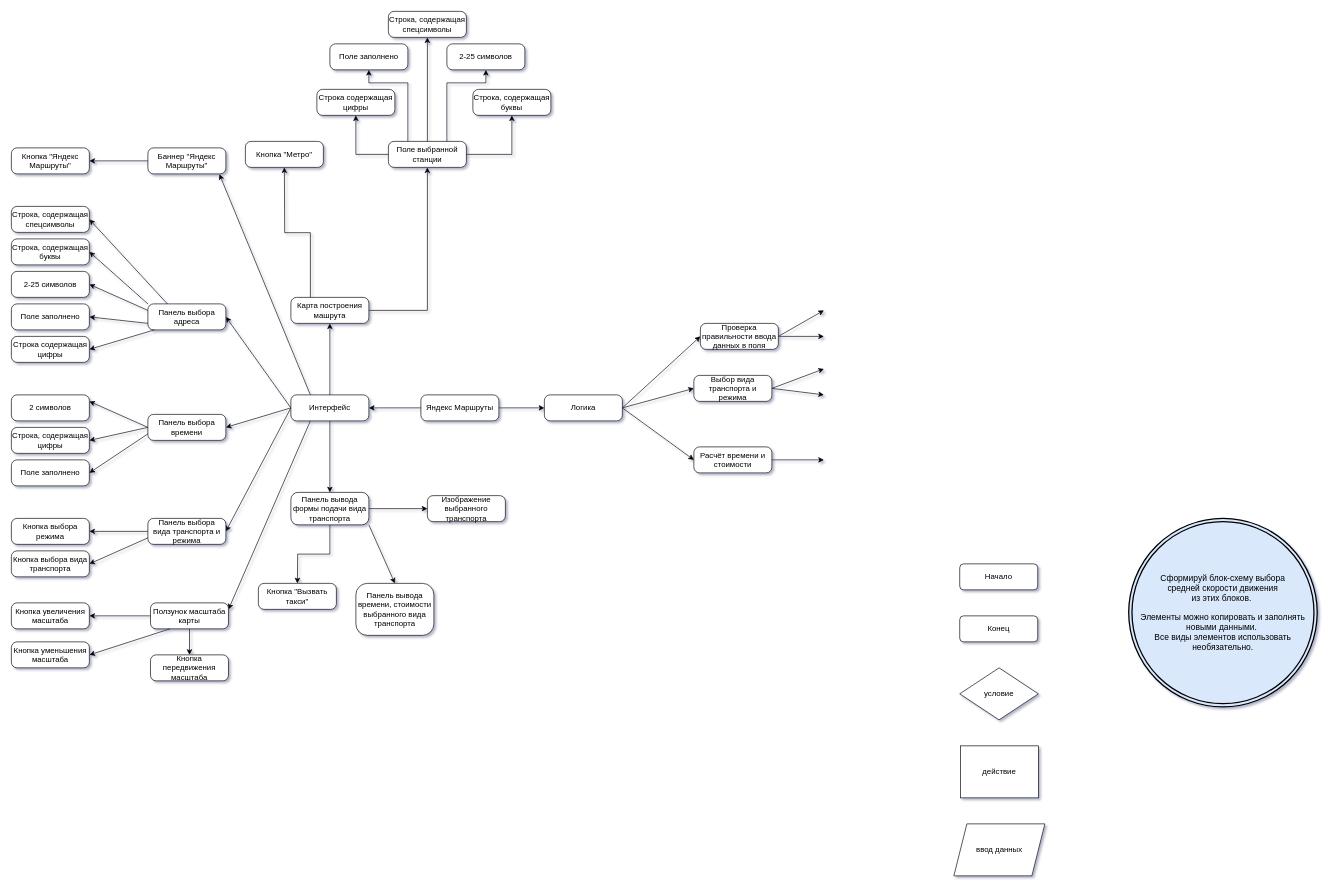
Earlier version of the draw.io diagram Диаграмма без названия.drawio (VillyVonka537/iograf). Source tidied: cells renumbered, new cells numbered last; positions are measured from the earlier drawing's top-left corner, leaving out a move shared by most shapes. Both pictures are drawn from the tidied source at 65%, with x=0, y=0 at pixel (11, 11).
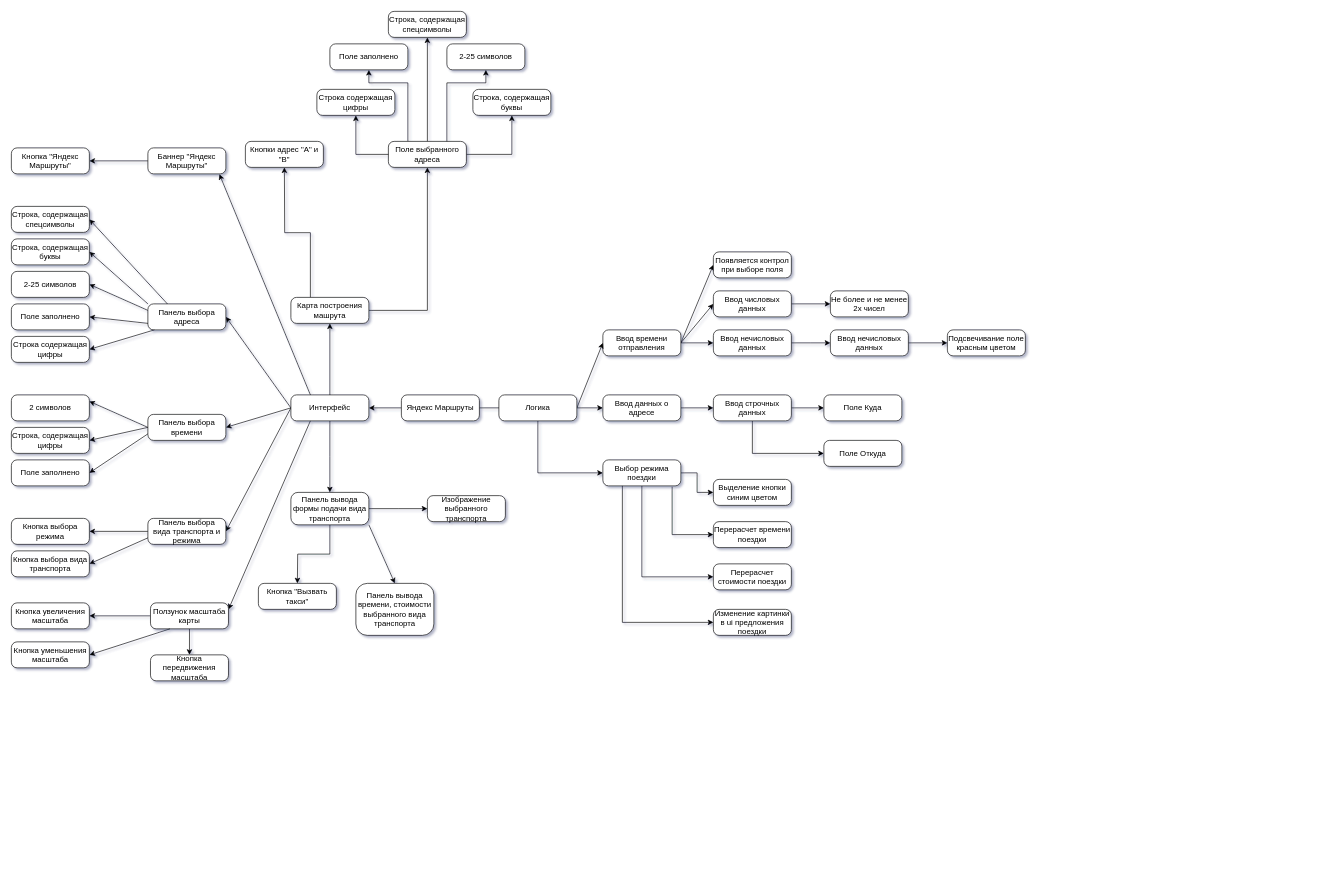
After the change.

Change to the diagram source:
```diff
@@
     <mxCell id="4" value="Яндекс Маршруты" style="rounded=1;whiteSpace=wrap;html=1;arcSize=22;" parent="1" vertex="1">
-      <mxGeometry x="630" y="590" width="120" height="40" as="geometry" />
+      <mxGeometry x="600" y="590" width="120" height="40" as="geometry" />
     </mxCell>
@@
-    <mxCell id="10" style="edgeStyle=none;rounded=0;jettySize=auto;html=1;exitX=1;exitY=0.5;exitDx=0;exitDy=0;" parent="1" edge="1" source="12">
-      <mxGeometry relative="1" as="geometry">
-        <mxPoint x="1250" y="460" as="targetPoint" />
-      </mxGeometry>
-    </mxCell>
-    <mxCell id="11" style="edgeStyle=none;rounded=0;jettySize=auto;html=1;exitX=1;exitY=0.5;exitDx=0;exitDy=0;" parent="1" edge="1" source="12">
-      <mxGeometry relative="1" as="geometry">
-        <mxPoint x="1250" y="500" as="targetPoint" />
-      </mxGeometry>
-    </mxCell>
-    <mxCell id="12" value="Проверка правильности ввода данных в поля" style="rounded=1;whiteSpace=wrap;html=1;arcSize=22;" parent="1" vertex="1">
-      <mxGeometry x="1060" y="480" width="120" height="40" as="geometry" />
-    </mxCell>
-    <mxCell id="13" style="edgeStyle=none;rounded=0;jettySize=auto;html=1;exitX=1;exitY=0.5;exitDx=0;exitDy=0;" parent="1" edge="1" source="15">
-      <mxGeometry relative="1" as="geometry">
-        <mxPoint x="1250" y="590" as="targetPoint" />
-      </mxGeometry>
+    <mxCell id="13" style="edgeStyle=none;rounded=0;jettySize=auto;html=1;exitX=1;exitY=0.5;exitDx=0;exitDy=0;entryX=0;entryY=0.5;entryDx=0;entryDy=0;" parent="1" edge="1" source="15" target="90">
+      <mxGeometry relative="1" as="geometry" />
     </mxCell>
-    <mxCell id="14" style="edgeStyle=none;rounded=0;jettySize=auto;html=1;exitX=1;exitY=0.5;exitDx=0;exitDy=0;" parent="1" edge="1" source="15">
-      <mxGeometry relative="1" as="geometry">
-        <mxPoint x="1250" y="550" as="targetPoint" />
-      </mxGeometry>
+    <mxCell id="14" style="edgeStyle=none;rounded=0;jettySize=auto;html=1;exitX=1;exitY=0.5;exitDx=0;exitDy=0;entryX=0;entryY=0.5;entryDx=0;entryDy=0;" parent="1" edge="1" source="15" target="88">
+      <mxGeometry relative="1" as="geometry" />
     </mxCell>
+    <mxCell id="86" style="edgeStyle=orthogonalEdgeStyle;rounded=0;jettySize=auto;html=1;entryX=0;entryY=0.5;entryDx=0;entryDy=0;" parent="1" edge="1" source="15" target="93">
+      <mxGeometry relative="1" as="geometry" />
+    </mxCell>
-    <mxCell id="15" value="Выбор вида транспорта и режима" style="rounded=1;whiteSpace=wrap;html=1;arcSize=22;" parent="1" vertex="1">
-      <mxGeometry x="1050" y="560" width="120" height="40" as="geometry" />
+    <mxCell id="15" value="Ввод времени отправления" style="rounded=1;whiteSpace=wrap;html=1;arcSize=22;" parent="1" vertex="1">
+      <mxGeometry x="910" y="490" width="120" height="40" as="geometry" />
     </mxCell>
@@
-    <mxCell id="23" style="edgeStyle=none;rounded=0;jettySize=auto;html=1;exitX=1;exitY=0.5;exitDx=0;exitDy=0;entryX=0;entryY=0.5;entryDx=0;entryDy=0;" parent="1" edge="1" source="24" target="12">
-      <mxGeometry relative="1" as="geometry" />
-    </mxCell>
+    <mxCell id="87" style="edgeStyle=orthogonalEdgeStyle;rounded=0;jettySize=auto;html=1;entryX=0;entryY=0.5;entryDx=0;entryDy=0;" parent="1" edge="1" source="24" target="103">
+      <mxGeometry relative="1" as="geometry">
+        <Array as="points">
+          <mxPoint x="810" y="710" />
+        </Array>
+      </mxGeometry>
+    </mxCell>
     <mxCell id="24" value="Логика" style="rounded=1;whiteSpace=wrap;html=1;arcSize=22;" parent="1" vertex="1">
-      <mxGeometry x="820" y="590" width="120" height="40" as="geometry" />
+      <mxGeometry x="750" y="590" width="120" height="40" as="geometry" />
     </mxCell>
     <mxCell id="25" style="edgeStyle=none;rounded=0;jettySize=auto;html=1;exitX=1;exitY=0.5;exitDx=0;exitDy=0;" parent="1" edge="1" source="26">
       <mxGeometry relative="1" as="geometry">
-        <mxPoint x="1250" y="690" as="targetPoint" />
+        <mxPoint x="1080" y="610" as="targetPoint" />
       </mxGeometry>
     </mxCell>
-    <mxCell id="26" value="Расчёт времени и стоимости" style="rounded=1;whiteSpace=wrap;html=1;arcSize=22;" parent="1" vertex="1">
-      <mxGeometry x="1050" y="670" width="120" height="40" as="geometry" />
+    <mxCell id="26" value="Ввод данных о адресе" style="rounded=1;whiteSpace=wrap;html=1;arcSize=22;" parent="1" vertex="1">
+      <mxGeometry x="910" y="590" width="120" height="40" as="geometry" />
     </mxCell>
@@
-    <mxCell id="57" value="Кнопка &quot;Метро&quot;" style="rounded=1;whiteSpace=wrap;html=1;arcSize=22;" parent="1" vertex="1">
+    <mxCell id="57" value="Кнопки адрес &quot;А&quot; и &quot;B&quot;" style="rounded=1;whiteSpace=wrap;html=1;arcSize=22;" parent="1" vertex="1">
       <mxGeometry x="360" y="200" width="120" height="40" as="geometry" />
     </mxCell>
@@
-    <mxCell id="61" value="Поле выбранной станции" style="rounded=1;whiteSpace=wrap;html=1;arcSize=22;" parent="1" vertex="1">
+    <mxCell id="61" value="Поле выбранного адреса" style="rounded=1;whiteSpace=wrap;html=1;arcSize=22;" parent="1" vertex="1">
       <mxGeometry x="580" y="200" width="120" height="40" as="geometry" />
     </mxCell>
@@
-    <mxCell id="73" value="Начало" style="rounded=1;whiteSpace=wrap;html=1;" parent="1" vertex="1">
-      <mxGeometry x="1459" y="850" width="120" height="40" as="geometry" />
-    </mxCell>
-    <mxCell id="74" value="Конец" style="rounded=1;whiteSpace=wrap;html=1;" parent="1" vertex="1">
-      <mxGeometry x="1459" y="930" width="120" height="40" as="geometry" />
-    </mxCell>
-    <mxCell id="75" value="условие" style="rhombus;whiteSpace=wrap;html=1;" parent="1" vertex="1">
-      <mxGeometry x="1459" y="1010" width="121" height="80" as="geometry" />
-    </mxCell>
-    <mxCell id="76" value="действие" style="rounded=0;whiteSpace=wrap;html=1;" parent="1" vertex="1">
-      <mxGeometry x="1460" y="1130" width="120" height="80" as="geometry" />
-    </mxCell>
-    <mxCell id="77" value="ввод данных" style="shape=parallelogram;perimeter=parallelogramPerimeter;whiteSpace=wrap;html=1;fixedSize=1;" parent="1" vertex="1">
-      <mxGeometry x="1450" y="1250" width="140" height="80" as="geometry" />
-    </mxCell>
-    <mxCell id="78" value="&lt;p style=&quot;font-style: normal ; font-weight: normal ; letter-spacing: normal ; text-align: center ; text-indent: 0px ; text-transform: none ; word-spacing: 0px ; text-decoration: none ; margin: 0px ; font-stretch: normal ; line-height: normal ; font-size: 13px&quot;&gt;&lt;font style=&quot;font-size: 13px&quot;&gt;Сформируй блок-схему выбора&lt;/font&gt;&lt;/p&gt;&lt;p style=&quot;font-style: normal ; font-weight: normal ; letter-spacing: normal ; text-align: center ; text-indent: 0px ; text-transform: none ; word-spacing: 0px ; text-decoration: none ; margin: 0px ; font-stretch: normal ; line-height: normal ; font-size: 13px&quot;&gt;&lt;font style=&quot;font-size: 13px&quot;&gt;средней скорости движения&lt;/font&gt;&lt;/p&gt;&lt;p style=&quot;font-style: normal ; font-weight: normal ; letter-spacing: normal ; text-align: center ; text-indent: 0px ; text-transform: none ; word-spacing: 0px ; text-decoration: none ; margin: 0px ; font-stretch: normal ; line-height: normal ; font-size: 13px&quot;&gt;&lt;font style=&quot;font-size: 13px&quot;&gt;из этих блоков.&amp;nbsp;&lt;/font&gt;&lt;/p&gt;&lt;font style=&quot;font-size: 13px&quot;&gt;&lt;span style=&quot;font-style: normal ; font-weight: normal ; letter-spacing: normal ; text-align: center ; text-indent: 0px ; text-transform: none ; word-spacing: 0px ; text-decoration: none ; display: inline ; float: none&quot;&gt;&amp;nbsp;&lt;/span&gt;&lt;br style=&quot;font-style: normal ; font-weight: normal ; letter-spacing: normal ; text-align: center ; text-indent: 0px ; text-transform: none ; word-spacing: 0px ; text-decoration: none&quot;&gt;&lt;span style=&quot;font-style: normal ; font-weight: normal ; letter-spacing: normal ; text-align: center ; text-indent: 0px ; text-transform: none ; word-spacing: 0px ; text-decoration: none ; display: inline ; float: none&quot;&gt;Элементы можно копировать и заполнять новыми данными.&lt;span class=&quot;Apple-converted-space&quot;&gt;&amp;nbsp;&lt;/span&gt;&lt;/span&gt;&lt;br style=&quot;font-style: normal ; font-weight: normal ; letter-spacing: normal ; text-align: center ; text-indent: 0px ; text-transform: none ; word-spacing: 0px ; text-decoration: none&quot;&gt;&lt;/font&gt;&lt;p style=&quot;font-style: normal ; font-weight: normal ; letter-spacing: normal ; text-align: center ; text-indent: 0px ; text-transform: none ; word-spacing: 0px ; text-decoration: none ; margin: 0px ; font-stretch: normal ; line-height: normal ; font-size: 13px&quot;&gt;&lt;font style=&quot;font-size: 13px&quot;&gt;Все виды элементов использовать необязательно.&lt;/font&gt;&lt;/p&gt;" style="ellipse;shape=doubleEllipse;whiteSpace=wrap;html=1;strokeWidth=2;fillColor=#dae8fc;" parent="1" vertex="1">
-      <mxGeometry x="1719" y="780" width="290" height="290" as="geometry" />
-    </mxCell>
@@
+    <mxCell id="88" value="Появляется контрол при выборе поля" style="rounded=1;whiteSpace=wrap;html=1;arcSize=22;" parent="1" vertex="1">
+      <mxGeometry x="1080" y="370" width="120" height="40" as="geometry" />
+    </mxCell>
+    <mxCell id="89" style="edgeStyle=orthogonalEdgeStyle;rounded=0;jettySize=auto;html=1;entryX=0;entryY=0.5;entryDx=0;entryDy=0;" parent="1" edge="1" source="90" target="91">
+      <mxGeometry relative="1" as="geometry" />
+    </mxCell>
+    <mxCell id="90" value="Ввод числовых данных" style="rounded=1;whiteSpace=wrap;html=1;arcSize=22;" parent="1" vertex="1">
+      <mxGeometry x="1080" y="430" width="120" height="40" as="geometry" />
+    </mxCell>
+    <mxCell id="91" value="Не более и не менее 2х чисел" style="rounded=1;whiteSpace=wrap;html=1;arcSize=22;" parent="1" vertex="1">
+      <mxGeometry x="1260" y="430" width="120" height="40" as="geometry" />
+    </mxCell>
+    <mxCell id="92" style="edgeStyle=orthogonalEdgeStyle;rounded=0;jettySize=auto;html=1;" parent="1" edge="1" source="93">
+      <mxGeometry relative="1" as="geometry">
+        <mxPoint x="1260" y="510" as="targetPoint" />
+      </mxGeometry>
+    </mxCell>
+    <mxCell id="93" value="Ввод нечисловых данных" style="rounded=1;whiteSpace=wrap;html=1;arcSize=22;" parent="1" vertex="1">
+      <mxGeometry x="1080" y="490" width="120" height="40" as="geometry" />
+    </mxCell>
+    <mxCell id="94" style="edgeStyle=orthogonalEdgeStyle;rounded=0;jettySize=auto;html=1;entryX=0;entryY=0.5;entryDx=0;entryDy=0;" parent="1" edge="1" source="95" target="96">
+      <mxGeometry relative="1" as="geometry" />
+    </mxCell>
+    <mxCell id="95" value="Ввод нечисловых данных" style="rounded=1;whiteSpace=wrap;html=1;arcSize=22;" parent="1" vertex="1">
+      <mxGeometry x="1260" y="490" width="120" height="40" as="geometry" />
+    </mxCell>
+    <mxCell id="96" value="Подсвечивание поле красным цветом" style="rounded=1;whiteSpace=wrap;html=1;arcSize=22;" parent="1" vertex="1">
+      <mxGeometry x="1440" y="490" width="120" height="40" as="geometry" />
+    </mxCell>
+    <mxCell id="97" style="edgeStyle=orthogonalEdgeStyle;rounded=0;jettySize=auto;html=1;entryX=0;entryY=0.5;entryDx=0;entryDy=0;" parent="1" edge="1" source="99" target="109">
+      <mxGeometry relative="1" as="geometry" />
+    </mxCell>
+    <mxCell id="98" style="edgeStyle=orthogonalEdgeStyle;rounded=0;jettySize=auto;html=1;entryX=0;entryY=0.5;entryDx=0;entryDy=0;" parent="1" edge="1" source="99" target="110">
+      <mxGeometry relative="1" as="geometry">
+        <Array as="points">
+          <mxPoint x="1140" y="680" />
+        </Array>
+      </mxGeometry>
+    </mxCell>
+    <mxCell id="99" value="Ввод строчных данных" style="rounded=1;whiteSpace=wrap;html=1;arcSize=22;" parent="1" vertex="1">
+      <mxGeometry x="1080" y="590" width="120" height="40" as="geometry" />
+    </mxCell>
+    <mxCell id="100" style="edgeStyle=orthogonalEdgeStyle;rounded=0;jettySize=auto;html=1;entryX=0;entryY=0.5;entryDx=0;entryDy=0;" parent="1" edge="1" source="103" target="104">
+      <mxGeometry relative="1" as="geometry" />
+    </mxCell>
+    <mxCell id="101" style="edgeStyle=orthogonalEdgeStyle;rounded=0;jettySize=auto;html=1;entryX=0;entryY=0.5;entryDx=0;entryDy=0;exitX=0.888;exitY=1.036;exitDx=0;exitDy=0;exitPerimeter=0;" parent="1" edge="1" source="103" target="105">
+      <mxGeometry relative="1" as="geometry">
+        <Array as="points">
+          <mxPoint x="1017" y="805" />
+        </Array>
+      </mxGeometry>
+    </mxCell>
+    <mxCell id="102" style="edgeStyle=orthogonalEdgeStyle;rounded=0;jettySize=auto;html=1;entryX=0;entryY=0.5;entryDx=0;entryDy=0;" parent="1" edge="1" source="103" target="106">
+      <mxGeometry relative="1" as="geometry">
+        <Array as="points">
+          <mxPoint x="970" y="870" />
+        </Array>
+      </mxGeometry>
+    </mxCell>
+    <mxCell id="103" value="Выбор режима поездки" style="rounded=1;whiteSpace=wrap;html=1;arcSize=22;" parent="1" vertex="1">
+      <mxGeometry x="910" y="690" width="120" height="40" as="geometry" />
+    </mxCell>
+    <mxCell id="104" value="Выделение кнопки синим цветом" style="rounded=1;whiteSpace=wrap;html=1;arcSize=22;" parent="1" vertex="1">
+      <mxGeometry x="1080" y="720" width="120" height="40" as="geometry" />
+    </mxCell>
+    <mxCell id="105" value="Перерасчет времени поездки" style="rounded=1;whiteSpace=wrap;html=1;arcSize=22;" parent="1" vertex="1">
+      <mxGeometry x="1080" y="785" width="120" height="40" as="geometry" />
+    </mxCell>
+    <mxCell id="106" value="Перерасчет стоимости поездки" style="rounded=1;whiteSpace=wrap;html=1;arcSize=22;" parent="1" vertex="1">
+      <mxGeometry x="1080" y="850" width="120" height="40" as="geometry" />
+    </mxCell>
+    <mxCell id="107" style="edgeStyle=orthogonalEdgeStyle;rounded=0;jettySize=auto;html=1;exitX=0.25;exitY=1;exitDx=0;exitDy=0;entryX=0;entryY=0.5;entryDx=0;entryDy=0;" parent="1" edge="1" source="103" target="108">
+      <mxGeometry relative="1" as="geometry">
+        <Array as="points">
+          <mxPoint x="940" y="940" />
+        </Array>
+      </mxGeometry>
+    </mxCell>
+    <mxCell id="108" value="Изменение картинки в ui предложения поездки" style="rounded=1;whiteSpace=wrap;html=1;arcSize=22;" parent="1" vertex="1">
+      <mxGeometry x="1080" y="920" width="120" height="40" as="geometry" />
+    </mxCell>
+    <mxCell id="109" value="Поле Куда" style="rounded=1;whiteSpace=wrap;html=1;arcSize=22;" parent="1" vertex="1">
+      <mxGeometry x="1250" y="590" width="120" height="40" as="geometry" />
+    </mxCell>
+    <mxCell id="110" value="Поле Откуда" style="rounded=1;whiteSpace=wrap;html=1;arcSize=22;" parent="1" vertex="1">
+      <mxGeometry x="1250" y="660" width="120" height="40" as="geometry" />
+    </mxCell>
```
